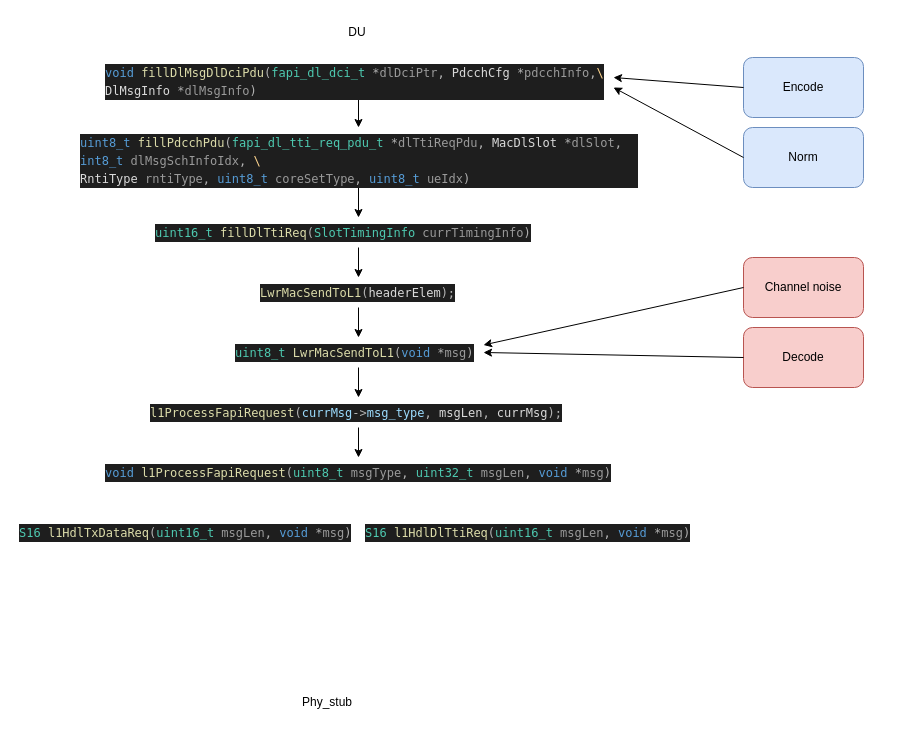
This is page "Page-3" (1 of 4) of Copy of test.drawio from eric693/Practice, a draw.io file, before an edit. Source tidied: cells renumbered, new cells numbered last; positions are measured from the earlier drawing's top-left corner, leaving out a move shared by most shapes. Both pictures are drawn from the tidied source at 100%, with x=0, y=0 at pixel (17, 17).
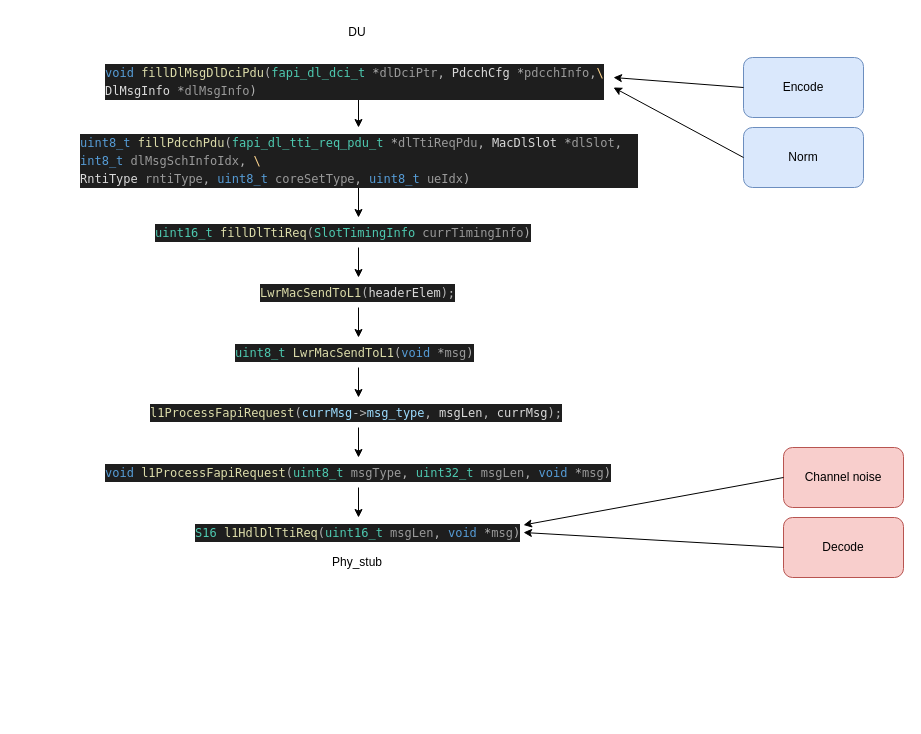
After the change.

Unchanged cells that the change refers to:
```xml
<mxCell id="11" value="&lt;div style=&quot;color: rgb(218, 218, 218); background-color: rgb(30, 30, 30); font-family: Menlo, Monaco, &amp;quot;Courier New&amp;quot;, monospace; font-weight: normal; font-size: 12px; line-height: 18px;&quot;&gt;&lt;div&gt;&lt;span style=&quot;color: #4ec9b0;&quot;&gt;uint8_t&lt;/span&gt;&lt;span style=&quot;color: #dadada;&quot;&gt; &lt;/span&gt;&lt;span style=&quot;color: #dcdcaa;&quot;&gt;LwrMacSendToL1&lt;/span&gt;&lt;span style=&quot;color: #b4b4b4;&quot;&gt;(&lt;/span&gt;&lt;span style=&quot;color: #569cd6;&quot;&gt;void&lt;/span&gt;&lt;span style=&quot;color: #dadada;&quot;&gt; &lt;/span&gt;&lt;span style=&quot;color: #b4b4b4;&quot;&gt;*&lt;/span&gt;&lt;span style=&quot;color: #9a9a9a;&quot;&gt;msg&lt;/span&gt;&lt;span style=&quot;color: #b4b4b4;&quot;&gt;)&lt;/span&gt;&lt;/div&gt;&lt;/div&gt;" style="text;whiteSpace=wrap;html=1;" parent="1" vertex="1">
  <mxGeometry x="216" y="320" width="250" height="30" as="geometry" />
</mxCell>
<mxCell id="26" value="&lt;div style=&quot;color: rgb(218, 218, 218); background-color: rgb(30, 30, 30); font-family: Menlo, Monaco, &amp;quot;Courier New&amp;quot;, monospace; font-weight: normal; font-size: 12px; line-height: 18px;&quot;&gt;&lt;div&gt;&lt;span style=&quot;color: #569cd6;&quot;&gt;void&lt;/span&gt;&lt;span style=&quot;color: #dadada;&quot;&gt; &lt;/span&gt;&lt;span style=&quot;color: #dcdcaa;&quot;&gt;l1ProcessFapiRequest&lt;/span&gt;&lt;span style=&quot;color: #b4b4b4;&quot;&gt;(&lt;/span&gt;&lt;span style=&quot;color: #4ec9b0;&quot;&gt;uint8_t&lt;/span&gt;&lt;span style=&quot;color: #dadada;&quot;&gt; &lt;/span&gt;&lt;span style=&quot;color: #9a9a9a;&quot;&gt;msgType&lt;/span&gt;&lt;span style=&quot;color: #b4b4b4;&quot;&gt;,&lt;/span&gt;&lt;span style=&quot;color: #dadada;&quot;&gt; &lt;/span&gt;&lt;span style=&quot;color: #4ec9b0;&quot;&gt;uint32_t&lt;/span&gt;&lt;span style=&quot;color: #dadada;&quot;&gt; &lt;/span&gt;&lt;span style=&quot;color: #9a9a9a;&quot;&gt;msgLen&lt;/span&gt;&lt;span style=&quot;color: #b4b4b4;&quot;&gt;,&lt;/span&gt;&lt;span style=&quot;color: #dadada;&quot;&gt; &lt;/span&gt;&lt;span style=&quot;color: #569cd6;&quot;&gt;void&lt;/span&gt;&lt;span style=&quot;color: #dadada;&quot;&gt; &lt;/span&gt;&lt;span style=&quot;color: #b4b4b4;&quot;&gt;*&lt;/span&gt;&lt;span style=&quot;color: #9a9a9a;&quot;&gt;msg&lt;/span&gt;&lt;span style=&quot;color: #b4b4b4;&quot;&gt;)&lt;/span&gt;&lt;/div&gt;&lt;/div&gt;" style="text;whiteSpace=wrap;html=1;" parent="1" vertex="1">
  <mxGeometry x="86" y="440" width="510" height="30" as="geometry" />
</mxCell>
```

The edit, as a diff of the source:
```diff
@@
     <mxCell id="13" value="Phy_stub" style="text;html=1;strokeColor=none;fillColor=none;align=center;verticalAlign=middle;whiteSpace=wrap;rounded=0;" parent="1" vertex="1">
-      <mxGeometry x="280" y="670" width="60" height="30" as="geometry" />
+      <mxGeometry x="310" y="530" width="60" height="30" as="geometry" />
     </mxCell>
@@
     <mxCell id="18" value="Channel noise" style="rounded=1;whiteSpace=wrap;html=1;fillColor=#f8cecc;strokeColor=#b85450;" parent="1" vertex="1">
-      <mxGeometry x="726" y="240" width="120" height="60" as="geometry" />
+      <mxGeometry x="766" y="430" width="120" height="60" as="geometry" />
     </mxCell>
     <mxCell id="19" value="Decode" style="rounded=1;whiteSpace=wrap;html=1;fillColor=#f8cecc;strokeColor=#b85450;" parent="1" vertex="1">
-      <mxGeometry x="726" y="310" width="120" height="60" as="geometry" />
+      <mxGeometry x="766" y="500" width="120" height="60" as="geometry" />
     </mxCell>
-    <mxCell id="20" style="endArrow=classic;html=1;rounded=0;entryX=1;entryY=0.25;entryDx=0;entryDy=0;exitX=0;exitY=0.5;exitDx=0;exitDy=0;" parent="1" edge="1" source="18" target="11">
+    <mxCell id="20" style="endArrow=classic;html=1;rounded=0;entryX=1;entryY=0.25;entryDx=0;entryDy=0;exitX=0;exitY=0.5;exitDx=0;exitDy=0;" parent="1" edge="1" source="18" target="25">
       <mxGeometry relative="1" as="geometry" />
     </mxCell>
-    <mxCell id="21" style="endArrow=classic;html=1;rounded=0;entryX=1;entryY=0.5;entryDx=0;entryDy=0;exitX=0;exitY=0.5;exitDx=0;exitDy=0;" parent="1" edge="1" source="19" target="11">
+    <mxCell id="21" style="endArrow=classic;html=1;rounded=0;entryX=1;entryY=0.5;entryDx=0;entryDy=0;exitX=0;exitY=0.5;exitDx=0;exitDy=0;" parent="1" edge="1" source="19" target="25">
       <mxGeometry relative="1" as="geometry" />
     </mxCell>
@@
-    <mxCell id="24" value="&lt;div style=&quot;color: rgb(218, 218, 218); background-color: rgb(30, 30, 30); font-family: Menlo, Monaco, &amp;quot;Courier New&amp;quot;, monospace; font-weight: normal; font-size: 12px; line-height: 18px;&quot;&gt;&lt;div&gt;&lt;span style=&quot;color: #4ec9b0;&quot;&gt;S16&lt;/span&gt;&lt;span style=&quot;color: #dadada;&quot;&gt; &lt;/span&gt;&lt;span style=&quot;color: #dcdcaa;&quot;&gt;l1HdlTxDataReq&lt;/span&gt;&lt;span style=&quot;color: #b4b4b4;&quot;&gt;(&lt;/span&gt;&lt;span style=&quot;color: #4ec9b0;&quot;&gt;uint16_t&lt;/span&gt;&lt;span style=&quot;color: #dadada;&quot;&gt; &lt;/span&gt;&lt;span style=&quot;color: #9a9a9a;&quot;&gt;msgLen&lt;/span&gt;&lt;span style=&quot;color: #b4b4b4;&quot;&gt;,&lt;/span&gt;&lt;span style=&quot;color: #dadada;&quot;&gt; &lt;/span&gt;&lt;span style=&quot;color: #569cd6;&quot;&gt;void&lt;/span&gt;&lt;span style=&quot;color: #dadada;&quot;&gt; &lt;/span&gt;&lt;span style=&quot;color: #b4b4b4;&quot;&gt;*&lt;/span&gt;&lt;span style=&quot;color: #9a9a9a;&quot;&gt;msg&lt;/span&gt;&lt;span style=&quot;color: #b4b4b4;&quot;&gt;)&lt;/span&gt;&lt;/div&gt;&lt;/div&gt;" style="text;whiteSpace=wrap;html=1;" parent="1" vertex="1">
-      <mxGeometry y="500" width="340" height="30" as="geometry" />
-    </mxCell>
     <mxCell id="25" value="&lt;div style=&quot;color: rgb(218, 218, 218); background-color: rgb(30, 30, 30); font-family: Menlo, Monaco, &amp;quot;Courier New&amp;quot;, monospace; font-weight: normal; font-size: 12px; line-height: 18px;&quot;&gt;&lt;div&gt;&lt;span style=&quot;color: #4ec9b0;&quot;&gt;S16&lt;/span&gt;&lt;span style=&quot;color: #dadada;&quot;&gt; &lt;/span&gt;&lt;span style=&quot;color: #dcdcaa;&quot;&gt;l1HdlDlTtiReq&lt;/span&gt;&lt;span style=&quot;color: #b4b4b4;&quot;&gt;(&lt;/span&gt;&lt;span style=&quot;color: #4ec9b0;&quot;&gt;uint16_t&lt;/span&gt;&lt;span style=&quot;color: #dadada;&quot;&gt; &lt;/span&gt;&lt;span style=&quot;color: #9a9a9a;&quot;&gt;msgLen&lt;/span&gt;&lt;span style=&quot;color: #b4b4b4;&quot;&gt;,&lt;/span&gt;&lt;span style=&quot;color: #dadada;&quot;&gt; &lt;/span&gt;&lt;span style=&quot;color: #569cd6;&quot;&gt;void&lt;/span&gt;&lt;span style=&quot;color: #dadada;&quot;&gt; &lt;/span&gt;&lt;span style=&quot;color: #b4b4b4;&quot;&gt;*&lt;/span&gt;&lt;span style=&quot;color: #9a9a9a;&quot;&gt;msg&lt;/span&gt;&lt;span style=&quot;color: #b4b4b4;&quot;&gt;)&lt;/span&gt;&lt;/div&gt;&lt;/div&gt;" style="text;whiteSpace=wrap;html=1;" parent="1" vertex="1">
-      <mxGeometry x="346" y="500" width="330" height="30" as="geometry" />
+      <mxGeometry x="176" y="500" width="330" height="30" as="geometry" />
     </mxCell>
+    <mxCell id="27" style="edgeStyle=orthogonalEdgeStyle;rounded=0;jettySize=auto;html=1;" parent="1" edge="1" source="26" target="25">
+      <mxGeometry relative="1" as="geometry" />
+    </mxCell>
```
